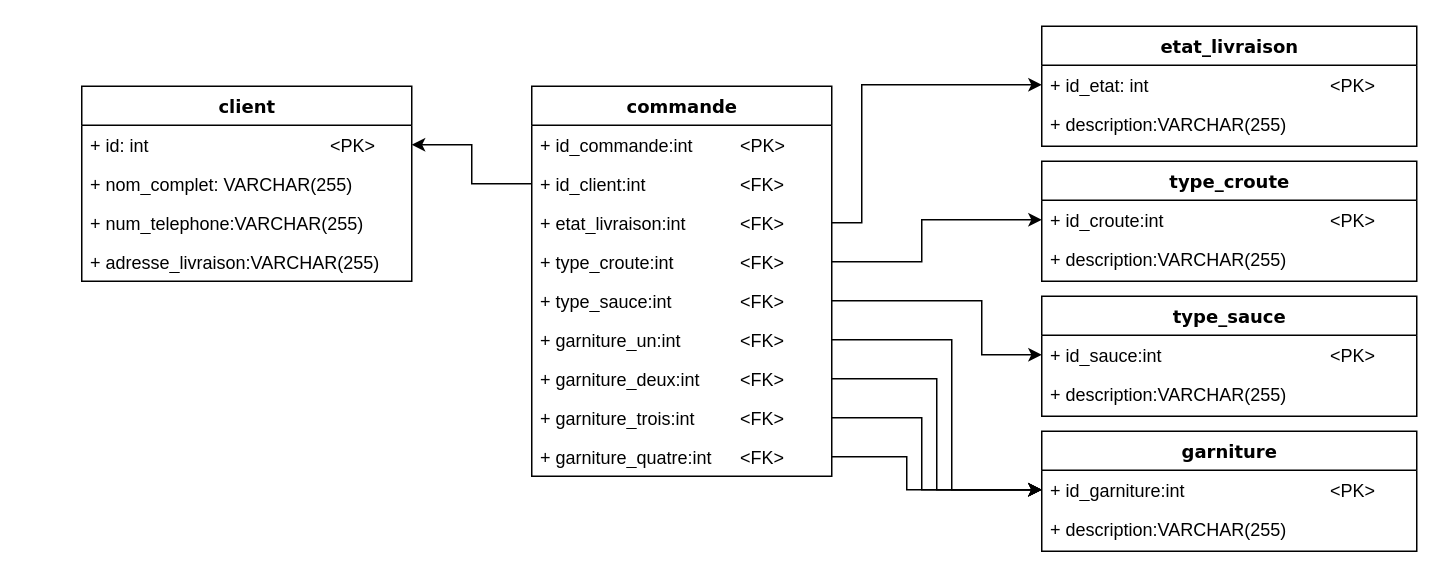
Before: Diagramme UML.drawio in Victo-2365930/BD2_projetLong, a draw.io diagram. Source tidied: cells renumbered, new cells numbered last; positions are measured from the earlier drawing's top-left corner, leaving out a move shared by most shapes. Both pictures are drawn from the tidied source at 150%, with x=0, y=0 at pixel (81, 26).
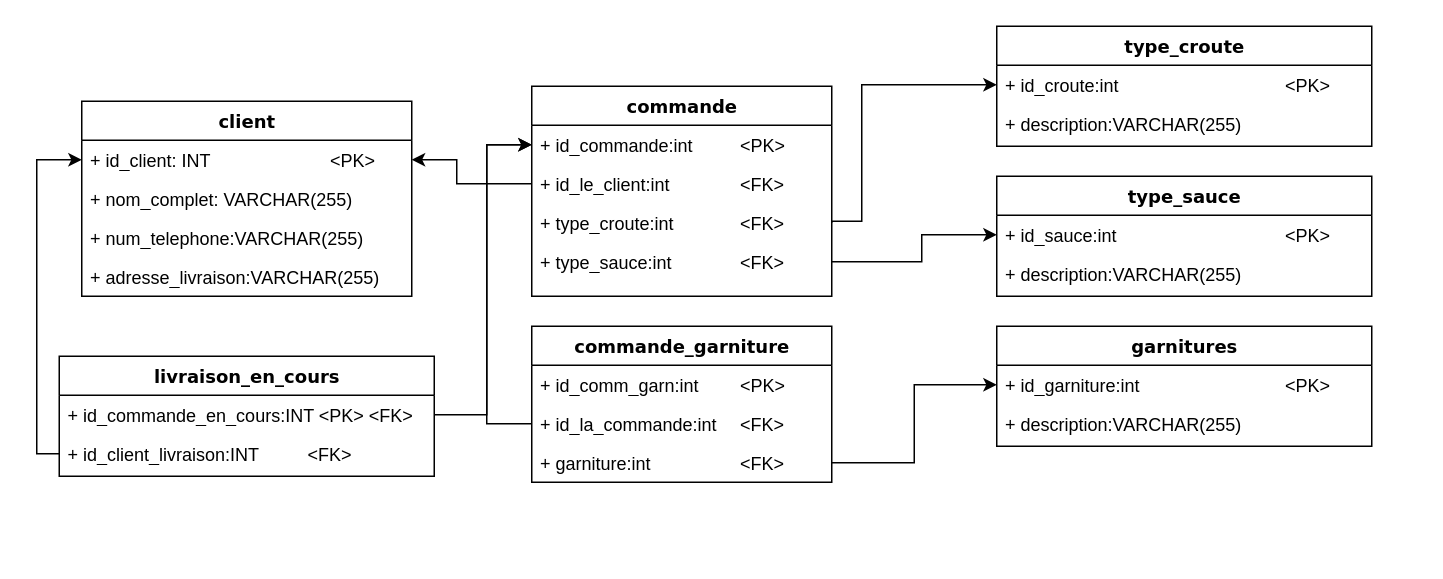
The same page after the edit.

Unchanged cells that the change refers to:
```xml
<mxCell id="8" value="+ id_commande:int&lt;span style=&quot;white-space: pre;&quot;&gt;&#9;&lt;/span&gt;&lt;span style=&quot;white-space: pre;&quot;&gt;&#9;&lt;/span&gt;&amp;lt;PK&amp;gt;" style="text;html=1;strokeColor=none;fillColor=none;align=left;verticalAlign=top;spacingLeft=4;spacingRight=4;whiteSpace=wrap;overflow=hidden;points=[[0,0.5],[1,0.5]];portConstraint=eastwest;" parent="7" vertex="1">
  <mxGeometry y="26" width="200" height="26" as="geometry" />
</mxCell>
<mxCell id="23" value="+ id_croute:int&lt;span style=&quot;white-space: pre;&quot;&gt;&#9;&lt;/span&gt;&lt;span style=&quot;white-space: pre;&quot;&gt;&#9;&lt;/span&gt;&lt;span style=&quot;white-space: pre;&quot;&gt;&#9;&lt;span style=&quot;white-space: pre;&quot;&gt;&#9;&lt;/span&gt;&lt;span style=&quot;white-space: pre;&quot;&gt;&#9;&lt;/span&gt;&lt;/span&gt;&amp;lt;PK&amp;gt;" style="text;html=1;strokeColor=none;fillColor=none;align=left;verticalAlign=top;spacingLeft=4;spacingRight=4;whiteSpace=wrap;overflow=hidden;points=[[0,0.5],[1,0.5]];portConstraint=eastwest;" parent="22" vertex="1">
  <mxGeometry y="26" width="250" height="26" as="geometry" />
</mxCell>
<mxCell id="27" value="+ id_sauce:int&lt;span style=&quot;white-space: pre;&quot;&gt;&#9;&lt;/span&gt;&lt;span style=&quot;white-space: pre;&quot;&gt;&#9;&lt;/span&gt;&lt;span style=&quot;white-space: pre;&quot;&gt;&#9;&lt;span style=&quot;white-space: pre;&quot;&gt;&#9;&lt;/span&gt;&lt;span style=&quot;white-space: pre;&quot;&gt;&#9;&lt;/span&gt;&lt;/span&gt;&amp;lt;PK&amp;gt;" style="text;html=1;strokeColor=none;fillColor=none;align=left;verticalAlign=top;spacingLeft=4;spacingRight=4;whiteSpace=wrap;overflow=hidden;points=[[0,0.5],[1,0.5]];portConstraint=eastwest;" parent="26" vertex="1">
  <mxGeometry y="26" width="250" height="26" as="geometry" />
</mxCell>
<mxCell id="31" value="+ id_garniture:int&lt;span style=&quot;white-space: pre;&quot;&gt;&#9;&lt;/span&gt;&lt;span style=&quot;white-space: pre;&quot;&gt;&#9;&lt;span style=&quot;white-space: pre;&quot;&gt;&#9;&lt;/span&gt;&lt;span style=&quot;white-space: pre;&quot;&gt;&#9;&lt;/span&gt;&lt;/span&gt;&amp;lt;PK&amp;gt;" style="text;html=1;strokeColor=none;fillColor=none;align=left;verticalAlign=top;spacingLeft=4;spacingRight=4;whiteSpace=wrap;overflow=hidden;points=[[0,0.5],[1,0.5]];portConstraint=eastwest;" parent="30" vertex="1">
  <mxGeometry y="26" width="250" height="26" as="geometry" />
</mxCell>
```

Change to the diagram source:
```diff
@@
     <mxCell id="2" value="client" style="swimlane;html=1;fontStyle=1;align=center;verticalAlign=top;horizontal=1;startSize=26;swimlaneFillColor=#ffffff;rounded=0;shadow=0;comic=0;labelBackgroundColor=none;strokeWidth=1;fillColor=none;fontFamily=Verdana;fontSize=12;" parent="1" vertex="1">
-      <mxGeometry y="40" width="220" height="130" as="geometry" />
+      <mxGeometry y="50" width="220" height="130" as="geometry" />
     </mxCell>
-    <mxCell id="3" value="+ id: int&amp;nbsp;&lt;span style=&quot;white-space: pre;&quot;&gt;&#9;&lt;/span&gt;&lt;span style=&quot;white-space: pre;&quot;&gt;&#9;&lt;/span&gt;&lt;span style=&quot;white-space: pre;&quot;&gt;&#9;&lt;/span&gt;&lt;span style=&quot;white-space: pre;&quot;&gt;&#9;&lt;span style=&quot;white-space: pre;&quot;&gt;&#9;&lt;/span&gt;&lt;/span&gt;&amp;lt;PK&amp;gt;" style="text;html=1;strokeColor=none;fillColor=none;align=left;verticalAlign=top;spacingLeft=4;spacingRight=4;whiteSpace=wrap;overflow=hidden;points=[[0,0.5],[1,0.5]];portConstraint=eastwest;" parent="2" vertex="1">
+    <mxCell id="3" value="+ id_client: INT&lt;span style=&quot;white-space: pre;&quot;&gt;&#9;&lt;/span&gt;&lt;span style=&quot;white-space: pre;&quot;&gt;&#9;&lt;span style=&quot;white-space: pre;&quot;&gt;&#9;&lt;/span&gt;&lt;/span&gt;&amp;lt;PK&amp;gt;" style="text;html=1;strokeColor=none;fillColor=none;align=left;verticalAlign=top;spacingLeft=4;spacingRight=4;whiteSpace=wrap;overflow=hidden;points=[[0,0.5],[1,0.5]];portConstraint=eastwest;" parent="2" vertex="1">
       <mxGeometry y="26" width="220" height="26" as="geometry" />
     </mxCell>
@@
     <mxCell id="7" value="commande" style="swimlane;html=1;fontStyle=1;align=center;verticalAlign=top;horizontal=1;startSize=26;swimlaneFillColor=#ffffff;rounded=0;shadow=0;comic=0;labelBackgroundColor=none;strokeWidth=1;fillColor=none;fontFamily=Verdana;fontSize=12;" parent="1" vertex="1">
-      <mxGeometry x="300" y="40" width="200" height="260" as="geometry" />
+      <mxGeometry x="300" y="40" width="200" height="140" as="geometry" />
     </mxCell>
@@
-    <mxCell id="9" value="+ id_client:int&lt;span style=&quot;white-space: pre;&quot;&gt;&#9;&lt;/span&gt;&lt;span style=&quot;white-space: pre;&quot;&gt;&#9;&lt;/span&gt;&lt;span style=&quot;white-space: pre;&quot;&gt;&#9;&lt;/span&gt;&amp;lt;FK&amp;gt;" style="text;html=1;strokeColor=none;fillColor=none;align=left;verticalAlign=top;spacingLeft=4;spacingRight=4;whiteSpace=wrap;overflow=hidden;points=[[0,0.5],[1,0.5]];portConstraint=eastwest;" parent="7" vertex="1">
+    <mxCell id="9" value="+ id_le_client:int&lt;span style=&quot;white-space: pre;&quot;&gt;&#9;&lt;/span&gt;&lt;span style=&quot;white-space: pre;&quot;&gt;&#9;&lt;/span&gt;&amp;lt;FK&amp;gt;" style="text;html=1;strokeColor=none;fillColor=none;align=left;verticalAlign=top;spacingLeft=4;spacingRight=4;whiteSpace=wrap;overflow=hidden;points=[[0,0.5],[1,0.5]];portConstraint=eastwest;" parent="7" vertex="1">
       <mxGeometry y="52" width="200" height="26" as="geometry" />
     </mxCell>
-    <mxCell id="10" value="+ etat_livraison:int&lt;span style=&quot;white-space: pre;&quot;&gt;&#9;&lt;/span&gt;&lt;span style=&quot;white-space: pre;&quot;&gt;&#9;&lt;/span&gt;&amp;lt;FK&amp;gt;" style="text;html=1;strokeColor=none;fillColor=none;align=left;verticalAlign=top;spacingLeft=4;spacingRight=4;whiteSpace=wrap;overflow=hidden;points=[[0,0.5],[1,0.5]];portConstraint=eastwest;" parent="7" vertex="1">
-      <mxGeometry y="78" width="200" height="26" as="geometry" />
-    </mxCell>
     <mxCell id="11" value="+ type_croute:int&lt;span style=&quot;white-space: pre;&quot;&gt;&#9;&lt;span style=&quot;white-space: pre;&quot;&gt;&#9;&lt;/span&gt;&lt;/span&gt;&amp;lt;FK&amp;gt;" style="text;html=1;strokeColor=none;fillColor=none;align=left;verticalAlign=top;spacingLeft=4;spacingRight=4;whiteSpace=wrap;overflow=hidden;points=[[0,0.5],[1,0.5]];portConstraint=eastwest;" parent="7" vertex="1">
-      <mxGeometry y="104" width="200" height="26" as="geometry" />
+      <mxGeometry y="78" width="200" height="26" as="geometry" />
     </mxCell>
     <mxCell id="12" value="+ type_sauce:int&lt;span style=&quot;white-space: pre;&quot;&gt;&#9;&lt;span style=&quot;white-space: pre;&quot;&gt;&#9;&lt;/span&gt;&lt;/span&gt;&amp;lt;FK&amp;gt;" style="text;html=1;strokeColor=none;fillColor=none;align=left;verticalAlign=top;spacingLeft=4;spacingRight=4;whiteSpace=wrap;overflow=hidden;points=[[0,0.5],[1,0.5]];portConstraint=eastwest;" parent="7" vertex="1">
-      <mxGeometry y="130" width="200" height="26" as="geometry" />
+      <mxGeometry y="104" width="200" height="26" as="geometry" />
     </mxCell>
-    <mxCell id="13" value="+ garniture_un:int&lt;span style=&quot;white-space: pre;&quot;&gt;&#9;&lt;span style=&quot;white-space: pre;&quot;&gt;&#9;&lt;/span&gt;&lt;/span&gt;&amp;lt;FK&amp;gt;" style="text;html=1;strokeColor=none;fillColor=none;align=left;verticalAlign=top;spacingLeft=4;spacingRight=4;whiteSpace=wrap;overflow=hidden;points=[[0,0.5],[1,0.5]];portConstraint=eastwest;" parent="7" vertex="1">
-      <mxGeometry y="156" width="200" height="26" as="geometry" />
-    </mxCell>
-    <mxCell id="14" value="+ garniture_deux:int&lt;span style=&quot;white-space: pre;&quot;&gt;&#9;&lt;/span&gt;&amp;lt;FK&amp;gt;" style="text;html=1;strokeColor=none;fillColor=none;align=left;verticalAlign=top;spacingLeft=4;spacingRight=4;whiteSpace=wrap;overflow=hidden;points=[[0,0.5],[1,0.5]];portConstraint=eastwest;" parent="7" vertex="1">
-      <mxGeometry y="182" width="200" height="26" as="geometry" />
-    </mxCell>
-    <mxCell id="15" value="+ garniture_trois:int&lt;span style=&quot;white-space: pre;&quot;&gt;&#9;&lt;span style=&quot;white-space: pre;&quot;&gt;&#9;&lt;/span&gt;&lt;/span&gt;&amp;lt;FK&amp;gt;" style="text;html=1;strokeColor=none;fillColor=none;align=left;verticalAlign=top;spacingLeft=4;spacingRight=4;whiteSpace=wrap;overflow=hidden;points=[[0,0.5],[1,0.5]];portConstraint=eastwest;" parent="7" vertex="1">
-      <mxGeometry y="208" width="200" height="26" as="geometry" />
-    </mxCell>
-    <mxCell id="16" value="+ garniture_quatre:int&lt;span style=&quot;white-space: pre;&quot;&gt;&#9;&lt;/span&gt;&amp;lt;FK&amp;gt;" style="text;html=1;strokeColor=none;fillColor=none;align=left;verticalAlign=top;spacingLeft=4;spacingRight=4;whiteSpace=wrap;overflow=hidden;points=[[0,0.5],[1,0.5]];portConstraint=eastwest;" parent="7" vertex="1">
-      <mxGeometry y="234" width="200" height="26" as="geometry" />
-    </mxCell>
-    <mxCell id="17" value="etat_livraison" style="swimlane;html=1;fontStyle=1;align=center;verticalAlign=top;horizontal=1;startSize=26;swimlaneFillColor=#ffffff;rounded=0;shadow=0;comic=0;labelBackgroundColor=none;strokeWidth=1;fillColor=none;fontFamily=Verdana;fontSize=12;" parent="1" vertex="1">
-      <mxGeometry x="640" width="250" height="80" as="geometry" />
-    </mxCell>
-    <mxCell id="18" value="+ id_etat: int&lt;span style=&quot;white-space: pre;&quot;&gt;&#9;&lt;/span&gt;&lt;span style=&quot;white-space: pre;&quot;&gt;&#9;&lt;/span&gt;&lt;span style=&quot;white-space: pre;&quot;&gt;&#9;&lt;span style=&quot;white-space: pre;&quot;&gt;&#9;&lt;/span&gt;&lt;span style=&quot;white-space: pre;&quot;&gt;&#9;&lt;/span&gt;&lt;/span&gt;&amp;lt;PK&amp;gt;" style="text;html=1;strokeColor=none;fillColor=none;align=left;verticalAlign=top;spacingLeft=4;spacingRight=4;whiteSpace=wrap;overflow=hidden;points=[[0,0.5],[1,0.5]];portConstraint=eastwest;" parent="17" vertex="1">
-      <mxGeometry y="26" width="250" height="26" as="geometry" />
-    </mxCell>
-    <mxCell id="19" value="+ description:VARCHAR(255)" style="text;html=1;strokeColor=none;fillColor=none;align=left;verticalAlign=top;spacingLeft=4;spacingRight=4;whiteSpace=wrap;overflow=hidden;" parent="17" vertex="1">
-      <mxGeometry y="52" width="250" height="26" as="geometry" />
-    </mxCell>
-    <mxCell id="20" style="edgeStyle=orthogonalEdgeStyle;rounded=0;jettySize=auto;html=1;entryX=1;entryY=0.5;entryDx=0;entryDy=0;" parent="1" edge="1" source="9" target="3">
-      <mxGeometry relative="1" as="geometry" />
-    </mxCell>
-    <mxCell id="21" style="edgeStyle=orthogonalEdgeStyle;rounded=0;jettySize=auto;html=1;" parent="1" edge="1" source="10" target="18">
-      <mxGeometry relative="1" as="geometry">
-        <Array as="points">
-          <mxPoint x="520" y="131" />
-          <mxPoint x="520" y="39" />
-        </Array>
-      </mxGeometry>
-    </mxCell>
     <mxCell id="22" value="type_croute" style="swimlane;html=1;fontStyle=1;align=center;verticalAlign=top;horizontal=1;startSize=26;swimlaneFillColor=#ffffff;rounded=0;shadow=0;comic=0;labelBackgroundColor=none;strokeWidth=1;fillColor=none;fontFamily=Verdana;fontSize=12;" parent="1" vertex="1">
-      <mxGeometry x="640" y="90" width="250" height="80" as="geometry" />
+      <mxGeometry x="610" width="250" height="80" as="geometry" />
     </mxCell>
@@
-    <mxCell id="25" style="edgeStyle=orthogonalEdgeStyle;rounded=0;jettySize=auto;html=1;entryX=0;entryY=0.5;entryDx=0;entryDy=0;" parent="1" edge="1" source="11" target="23">
+    <mxCell id="25" style="edgeStyle=orthogonalEdgeStyle;rounded=0;jettySize=auto;html=1;entryX=0;entryY=0.5;entryDx=0;entryDy=0;exitX=1;exitY=0.5;exitDx=0;exitDy=0;" parent="1" edge="1" source="11" target="23">
       <mxGeometry relative="1" as="geometry">
         <Array as="points">
-          <mxPoint x="560" y="157" />
-          <mxPoint x="560" y="129" />
+          <mxPoint x="500" y="130" />
+          <mxPoint x="520" y="130" />
+          <mxPoint x="520" y="39" />
         </Array>
       </mxGeometry>
     </mxCell>
     <mxCell id="26" value="type_sauce" style="swimlane;html=1;fontStyle=1;align=center;verticalAlign=top;horizontal=1;startSize=26;swimlaneFillColor=#ffffff;rounded=0;shadow=0;comic=0;labelBackgroundColor=none;strokeWidth=1;fillColor=none;fontFamily=Verdana;fontSize=12;" parent="1" vertex="1">
-      <mxGeometry x="640" y="180" width="250" height="80" as="geometry" />
+      <mxGeometry x="610" y="100" width="250" height="80" as="geometry" />
     </mxCell>
@@
-    <mxCell id="29" style="edgeStyle=orthogonalEdgeStyle;rounded=0;jettySize=auto;html=1;entryX=0;entryY=0.5;entryDx=0;entryDy=0;" parent="1" edge="1" source="12" target="27">
+    <mxCell id="29" style="edgeStyle=orthogonalEdgeStyle;rounded=0;jettySize=auto;html=1;entryX=0;entryY=0.5;entryDx=0;entryDy=0;exitX=1;exitY=0.5;exitDx=0;exitDy=0;" parent="1" edge="1" source="12" target="27">
       <mxGeometry relative="1" as="geometry">
         <Array as="points">
-          <mxPoint x="600" y="183" />
-          <mxPoint x="600" y="219" />
+          <mxPoint x="560" y="157" />
+          <mxPoint x="560" y="139" />
         </Array>
       </mxGeometry>
     </mxCell>
-    <mxCell id="30" value="garniture" style="swimlane;html=1;fontStyle=1;align=center;verticalAlign=top;horizontal=1;startSize=26;swimlaneFillColor=#ffffff;rounded=0;shadow=0;comic=0;labelBackgroundColor=none;strokeWidth=1;fillColor=none;fontFamily=Verdana;fontSize=12;" parent="1" vertex="1">
-      <mxGeometry x="640" y="270" width="250" height="80" as="geometry" />
+    <mxCell id="30" value="garnitures" style="swimlane;html=1;fontStyle=1;align=center;verticalAlign=top;horizontal=1;startSize=26;swimlaneFillColor=#ffffff;rounded=0;shadow=0;comic=0;labelBackgroundColor=none;strokeWidth=1;fillColor=none;fontFamily=Verdana;fontSize=12;" parent="1" vertex="1">
+      <mxGeometry x="610" y="200" width="250" height="80" as="geometry" />
     </mxCell>
@@
-    <mxCell id="33" style="edgeStyle=orthogonalEdgeStyle;rounded=0;jettySize=auto;html=1;entryX=0;entryY=0.5;entryDx=0;entryDy=0;" parent="1" edge="1" source="13" target="31">
-      <mxGeometry relative="1" as="geometry">
-        <Array as="points">
-          <mxPoint x="580" y="209" />
-          <mxPoint x="580" y="309" />
-        </Array>
-      </mxGeometry>
-    </mxCell>
-    <mxCell id="34" style="edgeStyle=orthogonalEdgeStyle;rounded=0;jettySize=auto;html=1;entryX=0;entryY=0.5;entryDx=0;entryDy=0;" parent="1" edge="1" source="14" target="31">
-      <mxGeometry relative="1" as="geometry">
-        <Array as="points">
-          <mxPoint x="570" y="235" />
-          <mxPoint x="570" y="309" />
-        </Array>
-      </mxGeometry>
-    </mxCell>
-    <mxCell id="35" style="edgeStyle=orthogonalEdgeStyle;rounded=0;jettySize=auto;html=1;entryX=0;entryY=0.5;entryDx=0;entryDy=0;" parent="1" edge="1" source="15" target="31">
-      <mxGeometry relative="1" as="geometry">
-        <Array as="points">
-          <mxPoint x="560" y="261" />
-          <mxPoint x="560" y="309" />
-        </Array>
-      </mxGeometry>
-    </mxCell>
-    <mxCell id="36" style="edgeStyle=orthogonalEdgeStyle;rounded=0;jettySize=auto;html=1;entryX=0;entryY=0.5;entryDx=0;entryDy=0;" parent="1" edge="1" source="16" target="31">
-      <mxGeometry relative="1" as="geometry">
-        <Array as="points">
-          <mxPoint x="550" y="287" />
-          <mxPoint x="550" y="309" />
-        </Array>
-      </mxGeometry>
-    </mxCell>
+    <mxCell id="37" style="edgeStyle=orthogonalEdgeStyle;rounded=0;jettySize=auto;html=1;entryX=0;entryY=0.5;entryDx=0;entryDy=0;" parent="1" edge="1" source="45" target="8">
+      <mxGeometry relative="1" as="geometry">
+        <Array as="points">
+          <mxPoint x="270" y="259" />
+          <mxPoint x="270" y="79" />
+        </Array>
+      </mxGeometry>
+    </mxCell>
+    <mxCell id="38" value="commande_garniture" style="swimlane;html=1;fontStyle=1;align=center;verticalAlign=top;horizontal=1;startSize=26;swimlaneFillColor=#ffffff;rounded=0;shadow=0;comic=0;labelBackgroundColor=none;strokeWidth=1;fillColor=none;fontFamily=Verdana;fontSize=12;" parent="1" vertex="1">
+      <mxGeometry x="300" y="200" width="200" height="104" as="geometry" />
+    </mxCell>
+    <mxCell id="39" value="+ id_comm_garn:int &lt;span style=&quot;white-space: pre;&quot;&gt;&#9;&lt;/span&gt;&amp;lt;PK&amp;gt;" style="text;html=1;strokeColor=none;fillColor=none;align=left;verticalAlign=top;spacingLeft=4;spacingRight=4;whiteSpace=wrap;overflow=hidden;" parent="38" vertex="1">
+      <mxGeometry y="26" width="200" height="26" as="geometry" />
+    </mxCell>
+    <mxCell id="40" value="+ id_la_commande:int&amp;nbsp; &lt;span style=&quot;white-space: pre;&quot;&gt;&#9;&lt;/span&gt;&amp;lt;FK&amp;gt;" style="text;html=1;strokeColor=none;fillColor=none;align=left;verticalAlign=top;spacingLeft=4;spacingRight=4;whiteSpace=wrap;overflow=hidden;points=[[0,0.5],[1,0.5]];portConstraint=eastwest;" parent="38" vertex="1">
+      <mxGeometry y="52" width="200" height="26" as="geometry" />
+    </mxCell>
+    <mxCell id="41" value="+ garniture:int&lt;span style=&quot;white-space: pre;&quot;&gt;&#9;&lt;span style=&quot;white-space: pre;&quot;&gt;&#9;&lt;span style=&quot;white-space: pre;&quot;&gt;&#9;&lt;/span&gt;&lt;/span&gt;&lt;/span&gt;&amp;lt;FK&amp;gt;" style="text;html=1;strokeColor=none;fillColor=none;align=left;verticalAlign=top;spacingLeft=4;spacingRight=4;whiteSpace=wrap;overflow=hidden;points=[[0,0.5],[1,0.5]];portConstraint=eastwest;" parent="38" vertex="1">
+      <mxGeometry y="78" width="200" height="26" as="geometry" />
+    </mxCell>
+    <mxCell id="42" style="edgeStyle=orthogonalEdgeStyle;rounded=0;jettySize=auto;html=1;" parent="1" edge="1" source="41" target="31">
+      <mxGeometry relative="1" as="geometry" />
+    </mxCell>
+    <mxCell id="43" style="edgeStyle=orthogonalEdgeStyle;rounded=0;jettySize=auto;html=1;entryX=0;entryY=0.5;entryDx=0;entryDy=0;exitX=0;exitY=0.5;exitDx=0;exitDy=0;" parent="1" edge="1" source="40" target="8">
+      <mxGeometry relative="1" as="geometry">
+        <Array as="points">
+          <mxPoint x="270" y="265" />
+          <mxPoint x="270" y="79" />
+        </Array>
+      </mxGeometry>
+    </mxCell>
+    <mxCell id="20" style="edgeStyle=orthogonalEdgeStyle;rounded=0;jettySize=auto;html=1;entryX=1;entryY=0.5;entryDx=0;entryDy=0;" parent="1" edge="1" source="9" target="3">
+      <mxGeometry relative="1" as="geometry">
+        <Array as="points">
+          <mxPoint x="250" y="105" />
+          <mxPoint x="250" y="89" />
+        </Array>
+      </mxGeometry>
+    </mxCell>
+    <mxCell id="44" value="livraison_en_cours" style="swimlane;html=1;fontStyle=1;align=center;verticalAlign=top;horizontal=1;startSize=26;swimlaneFillColor=#ffffff;rounded=0;shadow=0;comic=0;labelBackgroundColor=none;strokeWidth=1;fillColor=none;fontFamily=Verdana;fontSize=12;" parent="1" vertex="1">
+      <mxGeometry x="-15" y="220" width="250" height="80" as="geometry" />
+    </mxCell>
+    <mxCell id="45" value="+ id_commande_en_cours:INT &amp;lt;PK&amp;gt; &amp;lt;FK&amp;gt;" style="text;html=1;strokeColor=none;fillColor=none;align=left;verticalAlign=top;spacingLeft=4;spacingRight=4;whiteSpace=wrap;overflow=hidden;points=[[0,0.5],[1,0.5]];portConstraint=eastwest;" parent="44" vertex="1">
+      <mxGeometry y="26" width="250" height="26" as="geometry" />
+    </mxCell>
+    <mxCell id="46" value="+ id_client_livraison:INT&lt;span style=&quot;white-space: pre;&quot;&gt;&#9;&lt;/span&gt;&lt;span style=&quot;white-space: pre;&quot;&gt;&#9;&lt;/span&gt;&amp;lt;FK&amp;gt;" style="text;html=1;strokeColor=none;fillColor=none;align=left;verticalAlign=top;spacingLeft=4;spacingRight=4;whiteSpace=wrap;overflow=hidden;points=[[0,0.5],[1,0.5]];portConstraint=eastwest;" parent="44" vertex="1">
+      <mxGeometry y="52" width="250" height="26" as="geometry" />
+    </mxCell>
+    <mxCell id="47" style="edgeStyle=orthogonalEdgeStyle;rounded=0;jettySize=auto;html=1;entryX=0;entryY=0.5;entryDx=0;entryDy=0;" parent="1" edge="1" source="46" target="3">
+      <mxGeometry relative="1" as="geometry">
+        <Array as="points">
+          <mxPoint x="-30" y="285" />
+          <mxPoint x="-30" y="89" />
+        </Array>
+      </mxGeometry>
+    </mxCell>
```
